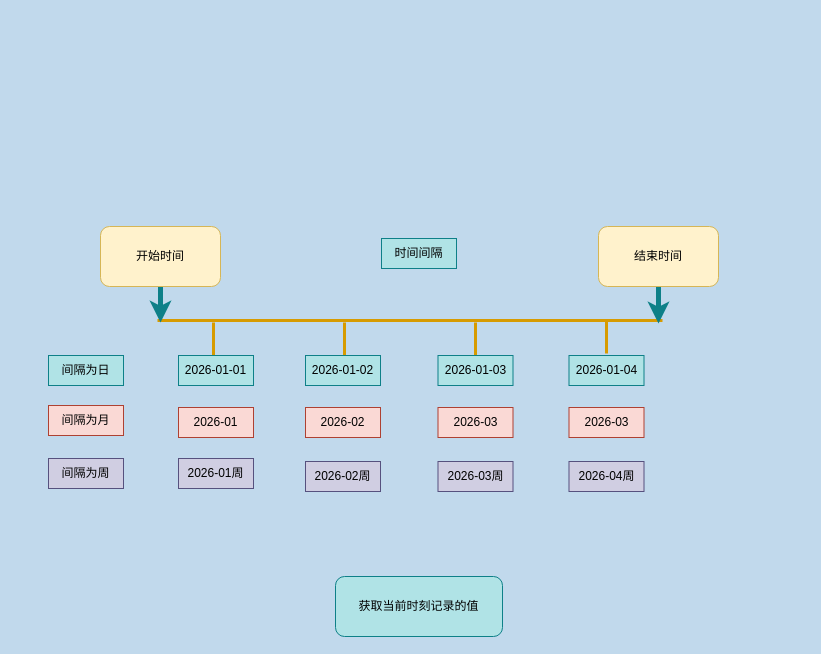
bestOneOnly/drawRelations keeps this draw.io diagram as 数据统计/范围查询，点和范围.drawio. Above is the earlier version. Source tidied: cells renumbered, new cells numbered last; positions are measured from the earlier drawing's top-left corner, leaving out a move shared by most shapes. Both pictures are drawn from the tidied source at 100%, with x=0, y=0 at pixel (48, 226).
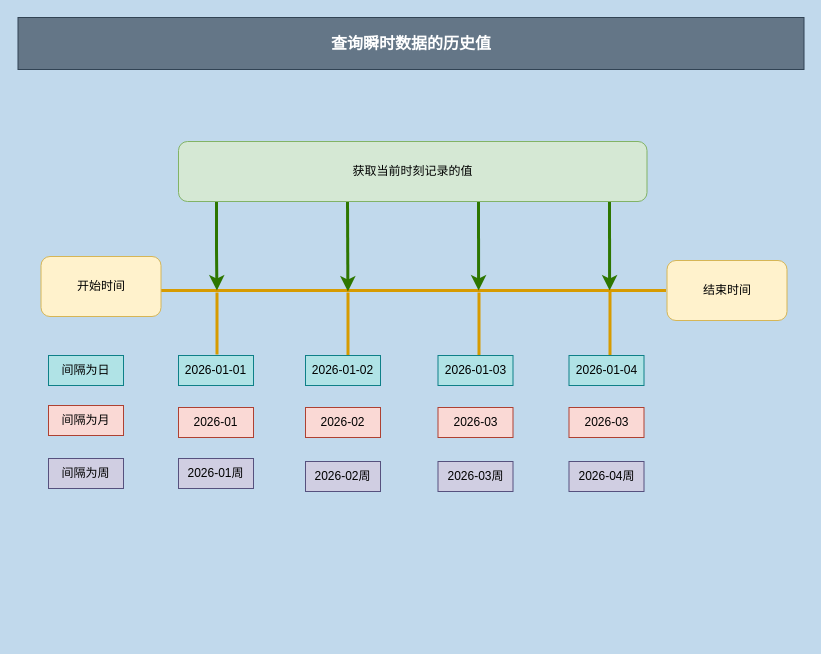
After the change.

Commit message:
更新范围查询，点和范围.drawio

The change refers to these unchanged cells:
```xml
<mxCell id="15" value="2026-01-04" style="text;html=1;whiteSpace=wrap;strokeColor=#0e8088;fillColor=#b0e3e6;align=center;verticalAlign=middle;rounded=0;" parent="1" vertex="1">
  <mxGeometry x="520.5" y="129" width="75" height="30" as="geometry" />
</mxCell>
```

Diff of the diagram source:
```diff
@@
-    <mxCell id="2" style="endArrow=none;html=1;rounded=0;strokeWidth=3;fillColor=#ffe6cc;strokeColor=#d79b00;" parent="1" edge="1">
+    <mxCell id="2" style="endArrow=none;html=1;rounded=0;strokeWidth=3;fillColor=#ffe6cc;strokeColor=#d79b00;align=center;" parent="1" edge="1">
       <mxGeometry relative="1" as="geometry">
-        <mxPoint x="109" y="94" as="sourcePoint" />
-        <mxPoint x="614" y="94" as="targetPoint" />
+        <mxPoint x="112.5" y="64" as="sourcePoint" />
+        <mxPoint x="617.5" y="64" as="targetPoint" />
       </mxGeometry>
     </mxCell>
-    <mxCell id="3" style="edgeStyle=orthogonalEdgeStyle;rounded=0;jettySize=auto;html=1;exitX=0.5;exitY=1;exitDx=0;exitDy=0;fillColor=#b0e3e6;strokeColor=#0e8088;strokeWidth=5;" parent="1" edge="1" source="4">
-      <mxGeometry relative="1" as="geometry">
-        <mxPoint x="112" y="96" as="targetPoint" />
-      </mxGeometry>
-    </mxCell>
     <mxCell id="4" value="开始时间" style="rounded=1;whiteSpace=wrap;html=1;fillColor=#fff2cc;strokeColor=#d6b656;" parent="1" vertex="1">
-      <mxGeometry x="52" width="120" height="60" as="geometry" />
+      <mxGeometry x="-7.5" y="30" width="120" height="60" as="geometry" />
     </mxCell>
-    <mxCell id="5" style="edgeStyle=orthogonalEdgeStyle;rounded=0;jettySize=auto;html=1;exitX=0.5;exitY=1;exitDx=0;exitDy=0;fillColor=#b0e3e6;strokeColor=#0e8088;strokeWidth=5;" parent="1" edge="1" source="6">
-      <mxGeometry relative="1" as="geometry">
-        <mxPoint x="610" y="97" as="targetPoint" />
-      </mxGeometry>
-    </mxCell>
     <mxCell id="6" value="结束时间" style="rounded=1;whiteSpace=wrap;html=1;fillColor=#fff2cc;strokeColor=#d6b656;" parent="1" vertex="1">
-      <mxGeometry x="550" width="120" height="60" as="geometry" />
+      <mxGeometry x="618.5" y="34" width="120" height="60" as="geometry" />
     </mxCell>
-    <mxCell id="7" style="line;strokeWidth=3;direction=south;html=1;fillColor=#ffe6cc;strokeColor=#d79b00;" parent="1" vertex="1">
-      <mxGeometry x="160" y="96" width="10" height="33" as="geometry" />
+    <mxCell id="7" style="line;strokeWidth=3;direction=south;html=1;fillColor=#ffe6cc;strokeColor=#d79b00;align=center;" parent="1" vertex="1">
+      <mxGeometry x="163.5" y="66" width="10" height="62" as="geometry" />
     </mxCell>
-    <mxCell id="8" style="line;strokeWidth=3;direction=south;html=1;fillColor=#ffe6cc;strokeColor=#d79b00;" parent="1" vertex="1">
-      <mxGeometry x="291" y="96" width="10" height="33" as="geometry" />
+    <mxCell id="8" style="line;strokeWidth=3;direction=south;html=1;fillColor=#ffe6cc;strokeColor=#d79b00;align=center;" parent="1" vertex="1">
+      <mxGeometry x="294.5" y="66" width="10" height="63" as="geometry" />
     </mxCell>
-    <mxCell id="9" style="line;strokeWidth=3;direction=south;html=1;fillColor=#ffe6cc;strokeColor=#d79b00;" parent="1" vertex="1">
-      <mxGeometry x="422" y="96" width="10" height="33" as="geometry" />
+    <mxCell id="9" style="line;strokeWidth=3;direction=south;html=1;fillColor=#ffe6cc;strokeColor=#d79b00;align=center;" parent="1" vertex="1">
+      <mxGeometry x="425.5" y="66" width="10" height="63" as="geometry" />
     </mxCell>
+    <mxCell id="29" style="edgeStyle=orthogonalEdgeStyle;rounded=0;orthogonalLoop=1;jettySize=auto;html=1;exitX=0.25;exitY=1;exitDx=0;exitDy=0;fillColor=#60a917;strokeColor=#2D7600;strokeWidth=3;" parent="1" edge="1">
+      <mxGeometry relative="1" as="geometry">
+        <mxPoint x="168" y="-25" as="sourcePoint" />
+        <mxPoint x="168.4" y="64" as="targetPoint" />
+        <Array as="points">
+          <mxPoint x="168.4" y="23" />
+          <mxPoint x="168.4" y="23" />
+        </Array>
+      </mxGeometry>
+    </mxCell>
+    <mxCell id="30" style="rounded=0;orthogonalLoop=1;jettySize=auto;html=1;exitX=0.25;exitY=1;exitDx=0;exitDy=0;fillColor=#60a917;strokeColor=#2D7600;strokeWidth=3;" parent="1" edge="1">
+      <mxGeometry relative="1" as="geometry">
+        <mxPoint x="299" y="-25" as="sourcePoint" />
+        <mxPoint x="299.4" y="65" as="targetPoint" />
+      </mxGeometry>
+    </mxCell>
+    <mxCell id="31" style="rounded=0;orthogonalLoop=1;jettySize=auto;html=1;exitX=0.75;exitY=1;exitDx=0;exitDy=0;strokeWidth=3;fillColor=#60a917;strokeColor=#2D7600;" parent="1" edge="1">
+      <mxGeometry relative="1" as="geometry">
+        <mxPoint x="430" y="-25" as="sourcePoint" />
+        <mxPoint x="430.1" y="64" as="targetPoint" />
+      </mxGeometry>
+    </mxCell>
+    <mxCell id="32" style="rounded=0;orthogonalLoop=1;jettySize=auto;html=1;exitX=0.75;exitY=1;exitDx=0;exitDy=0;fillColor=#60a917;strokeColor=#2D7600;strokeWidth=3;" parent="1" edge="1">
+      <mxGeometry relative="1" as="geometry">
+        <mxPoint x="561" y="-25" as="sourcePoint" />
+        <mxPoint x="561.1" y="64" as="targetPoint" />
+      </mxGeometry>
+    </mxCell>
-    <mxCell id="10" value="获取当前时刻记录的值" style="rounded=1;whiteSpace=wrap;html=1;fillColor=#b0e3e6;strokeColor=#0e8088;" parent="1" vertex="1">
-      <mxGeometry x="287" y="350" width="167" height="60" as="geometry" />
+    <mxCell id="10" value="获取当前时刻记录的值" style="rounded=1;whiteSpace=wrap;html=1;fillColor=#d5e8d4;strokeColor=#82b366;align=center;" parent="1" vertex="1">
+      <mxGeometry x="130" y="-85" width="468.5" height="60" as="geometry" />
     </mxCell>
@@
-    <mxCell id="12" style="line;strokeWidth=3;direction=south;html=1;fillColor=#ffe6cc;strokeColor=#d79b00;" parent="1" vertex="1">
-      <mxGeometry x="553" y="94" width="10" height="33" as="geometry" />
+    <mxCell id="12" style="line;strokeWidth=3;direction=south;html=1;fillColor=#ffe6cc;strokeColor=#d79b00;align=center;" parent="1" vertex="1">
+      <mxGeometry x="556.5" y="64" width="10" height="66" as="geometry" />
     </mxCell>
@@
-    <mxCell id="16" value="时间间隔" style="text;html=1;whiteSpace=wrap;strokeColor=#0e8088;fillColor=#b0e3e6;align=center;verticalAlign=middle;rounded=0;" parent="1" vertex="1">
-      <mxGeometry x="333" y="12" width="75" height="30" as="geometry" />
-    </mxCell>
@@
-    <mxCell id="21" style="edgeStyle=orthogonalEdgeStyle;rounded=0;orthogonalLoop=1;jettySize=auto;html=1;exitX=0.5;exitY=1;exitDx=0;exitDy=0;" parent="1" edge="1" source="15" target="15">
+    <mxCell id="21" style="edgeStyle=orthogonalEdgeStyle;rounded=0;orthogonalLoop=1;jettySize=auto;html=1;exitX=0.5;exitY=1;exitDx=0;exitDy=0;align=center;" parent="1" edge="1" source="15" target="15">
       <mxGeometry relative="1" as="geometry" />
     </mxCell>
@@
+    <mxCell id="33" value="&lt;font style=&quot;font-size: 16px;&quot;&gt;&lt;b&gt;查询瞬时数据的历史值&lt;/b&gt;&lt;/font&gt;" style="text;html=1;whiteSpace=wrap;align=center;verticalAlign=middle;rounded=0;fillColor=#647687;fontColor=#ffffff;strokeColor=#314354;" parent="1" vertex="1">
+      <mxGeometry x="-30.5" y="-209" width="786" height="52" as="geometry" />
+    </mxCell>
```
